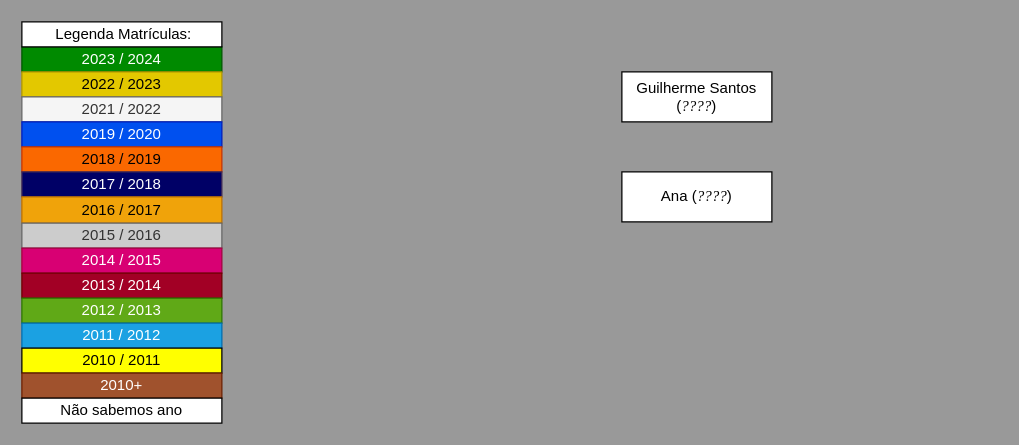
Earlier version of the draw.io diagram Draw.io/Familia_do_Guilherme_Santos.drawio (pdmtmr/PDMTMRTESTLOCATION-AKA-ARBUSTO). Source tidied: cells renumbered, new cells numbered last; positions are measured from the earlier drawing's top-left corner, leaving out a move shared by most shapes. Both pictures are drawn from the tidied source at 125%, with x=0, y=0 at pixel (21, 21).
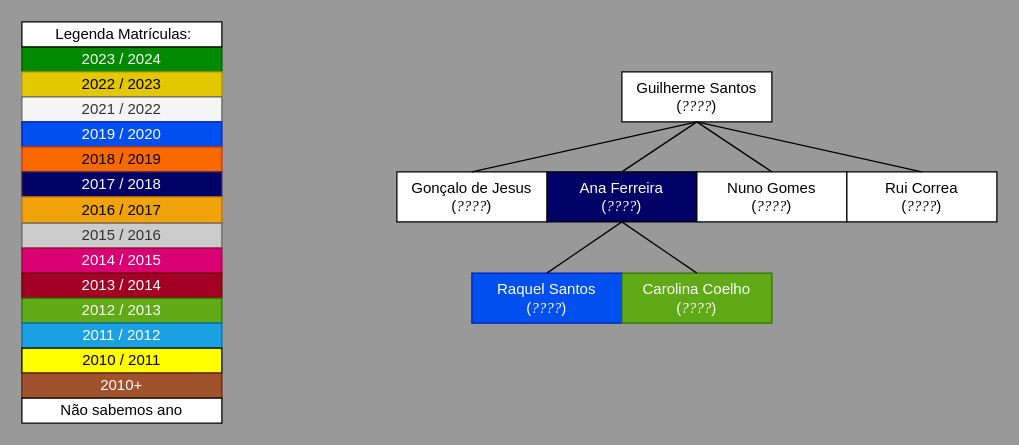
The same page after the edit.

Unchanged cells that the change refers to:
```xml
<mxCell id="18" value="&lt;div&gt;Guilherme Santos&lt;/div&gt;&lt;div&gt;&lt;span style=&quot;background-color: initial;&quot;&gt;(&lt;/span&gt;&lt;i style=&quot;background-color: initial;&quot;&gt;&lt;font face=&quot;Times New Roman&quot;&gt;????&lt;/font&gt;&lt;/i&gt;&lt;span style=&quot;background-color: initial;&quot;&gt;)&lt;/span&gt;&lt;/div&gt;" style="rounded=0;whiteSpace=wrap;html=1;" parent="1" vertex="1">
  <mxGeometry x="480" y="40" width="120" height="40" as="geometry" />
</mxCell>
```

Change to the diagram source:
```diff
@@
-    <mxCell id="19" value="&lt;div&gt;&lt;span style=&quot;background-color: initial;&quot;&gt;Ana (&lt;/span&gt;&lt;i style=&quot;background-color: initial;&quot;&gt;&lt;font face=&quot;Times New Roman&quot;&gt;????&lt;/font&gt;&lt;/i&gt;&lt;span style=&quot;background-color: initial;&quot;&gt;)&lt;/span&gt;&lt;/div&gt;" style="rounded=0;whiteSpace=wrap;html=1;" parent="1" vertex="1">
-      <mxGeometry x="480" y="120" width="120" height="40" as="geometry" />
+    <mxCell id="19" value="&lt;div&gt;&lt;span style=&quot;background-color: initial;&quot;&gt;Ana Ferreira&lt;/span&gt;&lt;/div&gt;&lt;div&gt;&lt;span style=&quot;background-color: initial;&quot;&gt;(&lt;/span&gt;&lt;i style=&quot;background-color: initial;&quot;&gt;&lt;font face=&quot;Times New Roman&quot;&gt;????&lt;/font&gt;&lt;/i&gt;&lt;span style=&quot;background-color: initial;&quot;&gt;)&lt;/span&gt;&lt;/div&gt;" style="rounded=0;whiteSpace=wrap;html=1;fillColor=#000066;fontColor=#FFFFFF;" parent="1" vertex="1">
+      <mxGeometry x="420" y="120" width="120" height="40" as="geometry" />
     </mxCell>
+    <mxCell id="20" value="&lt;div&gt;&lt;span style=&quot;background-color: initial;&quot;&gt;Raquel Santos&lt;/span&gt;&lt;/div&gt;&lt;div&gt;&lt;span style=&quot;background-color: initial;&quot;&gt;(&lt;/span&gt;&lt;i style=&quot;background-color: initial;&quot;&gt;&lt;font face=&quot;Times New Roman&quot;&gt;????&lt;/font&gt;&lt;/i&gt;&lt;span style=&quot;background-color: initial;&quot;&gt;)&lt;/span&gt;&lt;/div&gt;" style="rounded=0;whiteSpace=wrap;html=1;fillColor=#0050ef;fontColor=#ffffff;strokeColor=#001DBC;" parent="1" vertex="1">
+      <mxGeometry x="360" y="201" width="120" height="40" as="geometry" />
+    </mxCell>
+    <mxCell id="21" value="&lt;div&gt;&lt;span style=&quot;background-color: initial;&quot;&gt;Carolina Coelho&lt;/span&gt;&lt;/div&gt;&lt;div&gt;&lt;span style=&quot;background-color: initial;&quot;&gt;(&lt;/span&gt;&lt;i style=&quot;background-color: initial;&quot;&gt;&lt;font face=&quot;Times New Roman&quot;&gt;????&lt;/font&gt;&lt;/i&gt;&lt;span style=&quot;background-color: initial;&quot;&gt;)&lt;/span&gt;&lt;/div&gt;" style="rounded=0;whiteSpace=wrap;html=1;fillColor=#60a917;fontColor=#ffffff;strokeColor=#2D7600;" parent="1" vertex="1">
+      <mxGeometry x="480" y="201" width="120" height="40" as="geometry" />
+    </mxCell>
+    <mxCell id="22" value="&lt;div&gt;&lt;span style=&quot;background-color: initial;&quot;&gt;Gonçalo de Jesus&lt;/span&gt;&lt;/div&gt;&lt;div&gt;&lt;span style=&quot;background-color: initial;&quot;&gt;(&lt;/span&gt;&lt;i style=&quot;background-color: initial;&quot;&gt;&lt;font face=&quot;Times New Roman&quot;&gt;????&lt;/font&gt;&lt;/i&gt;&lt;span style=&quot;background-color: initial;&quot;&gt;)&lt;/span&gt;&lt;/div&gt;" style="rounded=0;whiteSpace=wrap;html=1;" parent="1" vertex="1">
+      <mxGeometry x="300" y="120" width="120" height="40" as="geometry" />
+    </mxCell>
+    <mxCell id="23" value="&lt;div&gt;&lt;span style=&quot;background-color: initial;&quot;&gt;Nuno Gomes&lt;/span&gt;&lt;/div&gt;&lt;div&gt;&lt;span style=&quot;background-color: initial;&quot;&gt;(&lt;/span&gt;&lt;i style=&quot;background-color: initial;&quot;&gt;&lt;font face=&quot;Times New Roman&quot;&gt;????&lt;/font&gt;&lt;/i&gt;&lt;span style=&quot;background-color: initial;&quot;&gt;)&lt;/span&gt;&lt;/div&gt;" style="rounded=0;whiteSpace=wrap;html=1;" parent="1" vertex="1">
+      <mxGeometry x="540" y="120" width="120" height="40" as="geometry" />
+    </mxCell>
+    <mxCell id="24" value="&lt;div&gt;&lt;span style=&quot;background-color: initial;&quot;&gt;Rui Correa&lt;/span&gt;&lt;/div&gt;&lt;div&gt;&lt;span style=&quot;background-color: initial;&quot;&gt;(&lt;/span&gt;&lt;i style=&quot;background-color: initial;&quot;&gt;&lt;font face=&quot;Times New Roman&quot;&gt;????&lt;/font&gt;&lt;/i&gt;&lt;span style=&quot;background-color: initial;&quot;&gt;)&lt;/span&gt;&lt;/div&gt;" style="rounded=0;whiteSpace=wrap;html=1;" parent="1" vertex="1">
+      <mxGeometry x="660" y="120" width="120" height="40" as="geometry" />
+    </mxCell>
+    <mxCell id="25" style="endArrow=none;html=1;fontColor=#FFFFFF;exitX=0.5;exitY=0;exitDx=0;exitDy=0;entryX=0.5;entryY=1;entryDx=0;entryDy=0;" parent="1" edge="1" source="20" target="19">
+      <mxGeometry relative="1" as="geometry" />
+    </mxCell>
+    <mxCell id="26" style="endArrow=none;html=1;fontColor=#FFFFFF;exitX=0.5;exitY=0;exitDx=0;exitDy=0;entryX=0.5;entryY=1;entryDx=0;entryDy=0;" parent="1" edge="1" source="21" target="19">
+      <mxGeometry relative="1" as="geometry" />
+    </mxCell>
+    <mxCell id="27" style="endArrow=none;html=1;fontColor=#FFFFFF;exitX=0.5;exitY=0;exitDx=0;exitDy=0;entryX=0.5;entryY=1;entryDx=0;entryDy=0;" parent="1" edge="1" source="19" target="18">
+      <mxGeometry relative="1" as="geometry" />
+    </mxCell>
+    <mxCell id="28" style="endArrow=none;html=1;fontColor=#FFFFFF;exitX=0.5;exitY=0;exitDx=0;exitDy=0;entryX=0.5;entryY=1;entryDx=0;entryDy=0;" parent="1" edge="1" source="23" target="18">
+      <mxGeometry relative="1" as="geometry" />
+    </mxCell>
+    <mxCell id="29" style="endArrow=none;html=1;fontColor=#FFFFFF;exitX=0.5;exitY=0;exitDx=0;exitDy=0;entryX=0.5;entryY=1;entryDx=0;entryDy=0;" parent="1" edge="1" source="24" target="18">
+      <mxGeometry relative="1" as="geometry" />
+    </mxCell>
+    <mxCell id="30" style="endArrow=none;html=1;fontColor=#FFFFFF;exitX=0.5;exitY=1;exitDx=0;exitDy=0;entryX=0.5;entryY=0;entryDx=0;entryDy=0;" parent="1" edge="1" source="18" target="22">
+      <mxGeometry relative="1" as="geometry" />
+    </mxCell>
```
